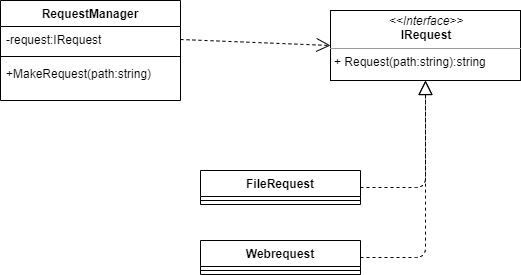
Above: WebsiteOpgave/ClassDiagramRequest.png in benjaminbhr/schoolprojekts (draw.io), before the change. Source tidied: cells renumbered, new cells last; positions are measured from the earlier drawing's top-left corner, leaving out a move shared by most shapes.
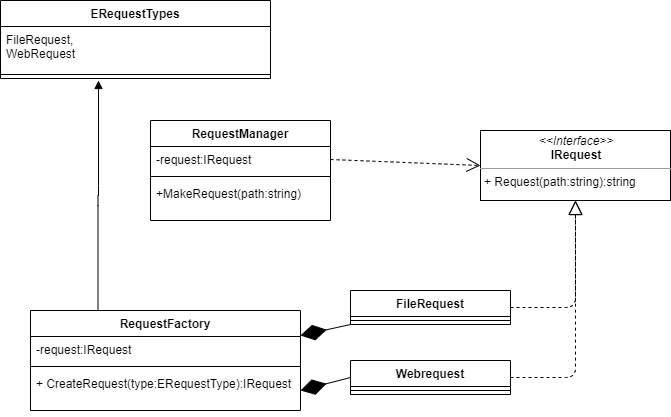
Later version of the same file.

The edit, as a diff of the source:
```diff
@@ -46,5 +46,37 @@
     <mxCell id="13" style="endArrow=open;endSize=12;dashed=1;html=1;exitX=1;exitY=0.5;exitDx=0;exitDy=0;entryX=0;entryY=0.5;entryDx=0;entryDy=0;" parent="1" edge="1" source="8" target="2">
       <mxGeometry relative="1" as="geometry" />
     </mxCell>
+    <mxCell id="14" value="RequestFactory" style="swimlane;fontStyle=1;align=center;verticalAlign=top;horizontal=1;startSize=26;" parent="1" vertex="1">
+      <mxGeometry x="-120" y="190" width="270" height="100" as="geometry" />
+    </mxCell>
+    <mxCell id="15" value="-request:IRequest" style="text;strokeColor=none;fillColor=none;align=left;verticalAlign=top;spacingLeft=4;spacingRight=4;overflow=hidden;" parent="14" vertex="1">
+      <mxGeometry y="26" width="270" height="26" as="geometry" />
+    </mxCell>
+    <mxCell id="16" style="line;strokeWidth=1;fillColor=none;align=left;verticalAlign=middle;spacingTop=-1;spacingLeft=3;spacingRight=3;labelPosition=right;" parent="14" vertex="1">
+      <mxGeometry y="52" width="270" height="8" as="geometry" />
+    </mxCell>
+    <mxCell id="17" value="+ CreateRequest(type:ERequestType):IRequest" style="text;strokeColor=none;fillColor=none;align=left;verticalAlign=top;spacingLeft=4;spacingRight=4;overflow=hidden;points=[[0,0.5],[1,0.5]];portConstraint=eastwest;" parent="14" vertex="1">
+      <mxGeometry y="60" width="270" height="40" as="geometry" />
+    </mxCell>
+    <mxCell id="18" value="ERequestTypes" style="swimlane;fontStyle=1;align=center;verticalAlign=top;horizontal=1;startSize=26;" parent="1" vertex="1">
+      <mxGeometry x="-150" y="-120" width="270" height="78" as="geometry" />
+    </mxCell>
+    <mxCell id="19" value="FileRequest,&#10;WebRequest" style="text;strokeColor=none;fillColor=none;align=left;verticalAlign=top;spacingLeft=4;spacingRight=4;overflow=hidden;" parent="18" vertex="1">
+      <mxGeometry y="26" width="270" height="44" as="geometry" />
+    </mxCell>
+    <mxCell id="20" style="line;strokeWidth=1;fillColor=none;align=left;verticalAlign=middle;spacingTop=-1;spacingLeft=3;spacingRight=3;labelPosition=right;" parent="18" vertex="1">
+      <mxGeometry y="70" width="270" height="8" as="geometry" />
+    </mxCell>
+    <mxCell id="21" style="endArrow=block;endFill=1;html=1;edgeStyle=orthogonalEdgeStyle;align=left;verticalAlign=top;exitX=0.25;exitY=0;exitDx=0;exitDy=0;" parent="1" edge="1" source="14">
+      <mxGeometry x="-1" relative="1" as="geometry">
+        <mxPoint x="-52" y="-40" as="targetPoint" />
+      </mxGeometry>
+    </mxCell>
+    <mxCell id="22" style="endArrow=diamondThin;endFill=1;endSize=24;html=1;entryX=1;entryY=0.25;entryDx=0;entryDy=0;exitX=0;exitY=1;exitDx=0;exitDy=0;" parent="1" edge="1" source="3" target="14">
+      <mxGeometry relative="1" as="geometry" />
+    </mxCell>
+    <mxCell id="23" style="endArrow=diamondThin;endFill=1;endSize=24;html=1;entryX=1;entryY=0.5;entryDx=0;entryDy=0;exitX=0;exitY=0.5;exitDx=0;exitDy=0;" parent="1" edge="1" source="5" target="17">
+      <mxGeometry relative="1" as="geometry" />
+    </mxCell>
   </root>
 </mxGraphModel>
```
